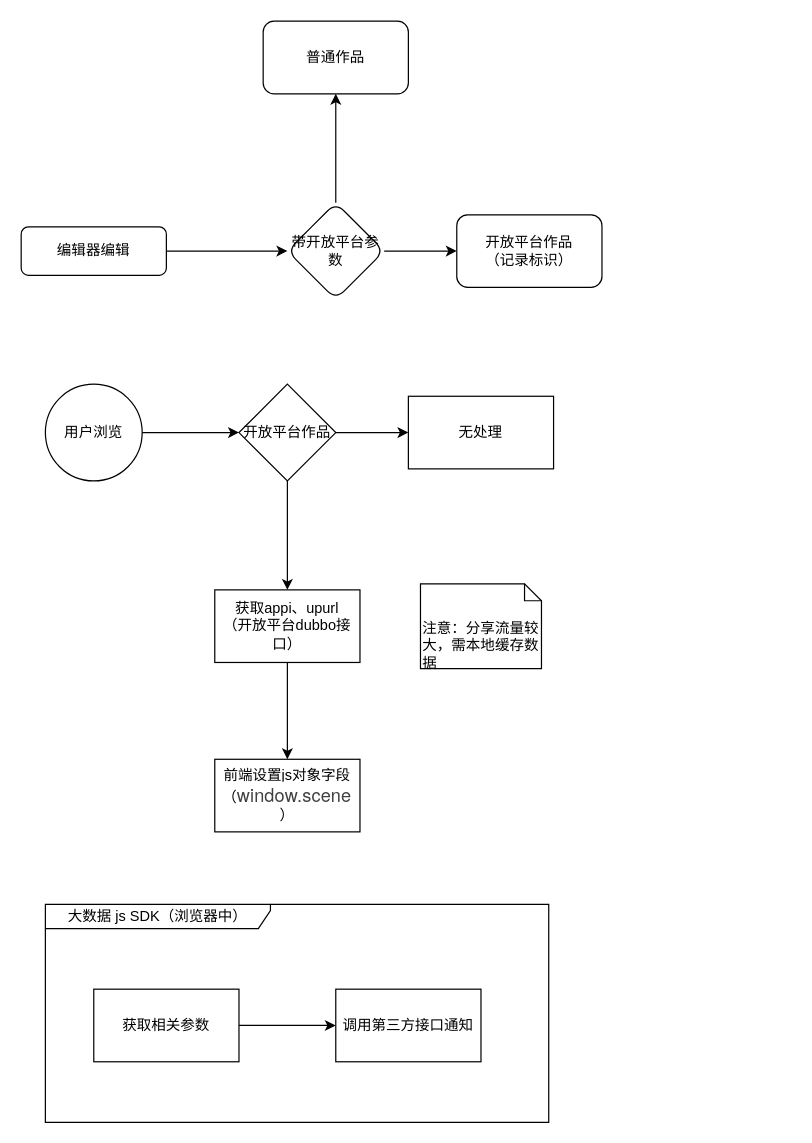
hesimin/drawio keeps this draw.io diagram as 开放平台买点.drawio. Above is the earlier version. Source tidied: cells renumbered, new cells numbered last; positions are measured from the earlier drawing's top-left corner, leaving out a move shared by most shapes. Both pictures are drawn from the tidied source at 121%, with x=0, y=0 at pixel (21, 21).
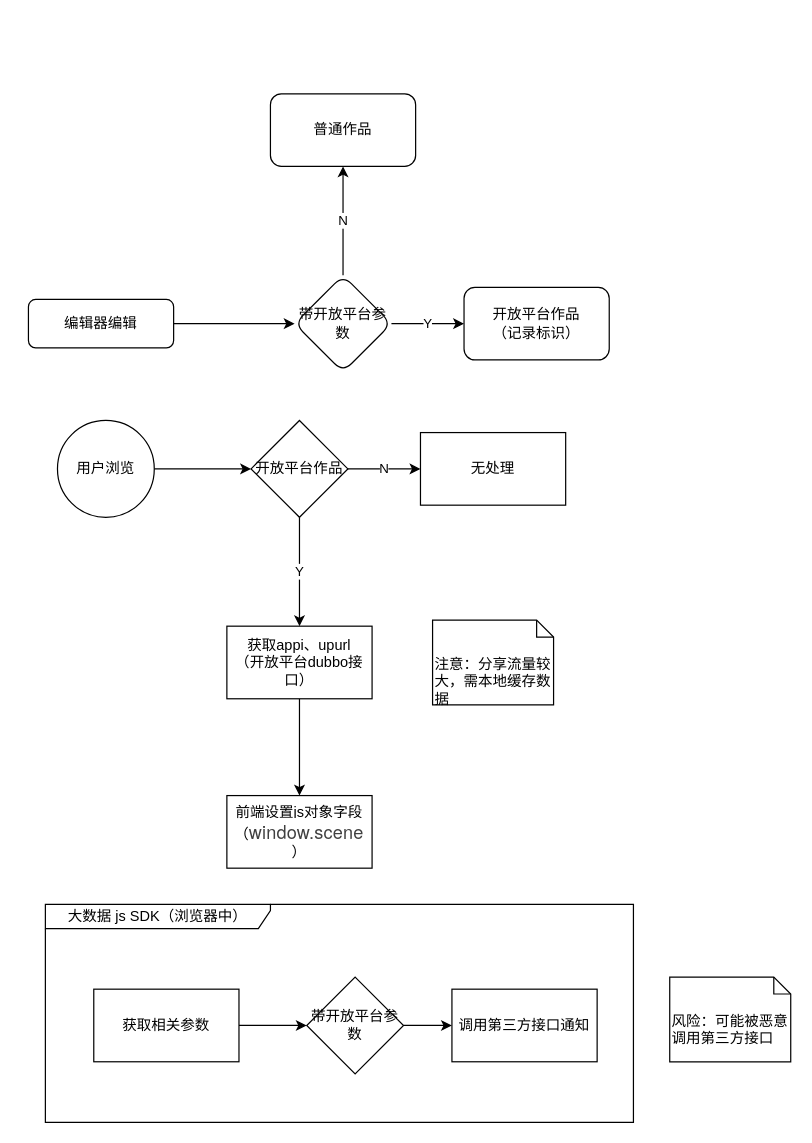
Above is the later version.

Commit message (it also covers changes not shown here):
更新开放平台买点.drawio

The change refers to these unchanged cells:
```xml
<mxCell id="15" value="获取相关参数" style="rounded=0;whiteSpace=wrap;html=1;" parent="1" vertex="1">
  <mxGeometry x="60" y="800" width="120" height="60" as="geometry" />
</mxCell>
```

What changed in the source:
```diff
@@
     <mxCell id="3" value="编辑器编辑" style="rounded=1;whiteSpace=wrap;html=1;fontSize=12;glass=0;strokeWidth=1;shadow=0;" parent="1" vertex="1">
-      <mxGeometry y="170" width="120" height="40" as="geometry" />
+      <mxGeometry x="6" y="230" width="120" height="40" as="geometry" />
     </mxCell>
@@
     <mxCell id="5" value="用户浏览" style="ellipse;whiteSpace=wrap;html=1;" parent="1" vertex="1">
-      <mxGeometry x="20" y="300" width="80" height="80" as="geometry" />
+      <mxGeometry x="30" y="330" width="80" height="80" as="geometry" />
     </mxCell>
-    <mxCell id="6" style="edgeStyle=orthogonalEdgeStyle;rounded=0;jettySize=auto;html=1;" parent="1" edge="1" source="8" target="9">
+    <mxCell id="6" value="N" style="edgeStyle=orthogonalEdgeStyle;rounded=0;jettySize=auto;html=1;" parent="1" edge="1" source="8" target="9">
       <mxGeometry relative="1" as="geometry" />
     </mxCell>
-    <mxCell id="7" style="edgeStyle=orthogonalEdgeStyle;rounded=0;jettySize=auto;html=1;" parent="1" edge="1" source="8" target="11">
+    <mxCell id="7" value="Y" style="edgeStyle=orthogonalEdgeStyle;rounded=0;jettySize=auto;html=1;" parent="1" edge="1" source="8" target="11">
       <mxGeometry relative="1" as="geometry" />
     </mxCell>
     <mxCell id="8" value="开放平台作品" style="rhombus;whiteSpace=wrap;html=1;" parent="1" vertex="1">
-      <mxGeometry x="180" y="300" width="80" height="80" as="geometry" />
+      <mxGeometry x="190" y="330" width="80" height="80" as="geometry" />
     </mxCell>
     <mxCell id="9" value="无处理" style="whiteSpace=wrap;html=1;" parent="1" vertex="1">
-      <mxGeometry x="320" y="310" width="120" height="60" as="geometry" />
+      <mxGeometry x="330" y="340" width="120" height="60" as="geometry" />
     </mxCell>
@@
     <mxCell id="11" value="获取appi、upurl&lt;br&gt;（开放平台dubbo接口）" style="whiteSpace=wrap;html=1;" parent="1" vertex="1">
-      <mxGeometry x="160" y="470" width="120" height="60" as="geometry" />
+      <mxGeometry x="170" y="500" width="120" height="60" as="geometry" />
     </mxCell>
     <mxCell id="12" value="前端设置js对象字段&lt;br&gt;（&lt;span style=&quot;color: rgb(64 , 64 , 64) ; font-family: &amp;#34;helvetica neue&amp;#34; , &amp;#34;helvetica&amp;#34; , &amp;#34;tahoma&amp;#34; , &amp;#34;arial&amp;#34; , &amp;#34;microsoft yahei&amp;#34; , &amp;#34;pingfang sc&amp;#34; , &amp;#34;hiragino sans gb&amp;#34; , &amp;#34;heiti sc&amp;#34; , &amp;#34;wenquanyi micro hei&amp;#34; , sans-serif ; font-size: 15px ; letter-spacing: 0.12px ; background-color: rgb(255 , 255 , 255)&quot;&gt;window.scene&lt;/span&gt;&lt;br&gt;）" style="whiteSpace=wrap;html=1;" parent="1" vertex="1">
-      <mxGeometry x="160" y="610" width="120" height="60" as="geometry" />
+      <mxGeometry x="170" y="640" width="120" height="60" as="geometry" />
     </mxCell>
     <mxCell id="13" value="大数据 js SDK（浏览器中）" style="shape=umlFrame;whiteSpace=wrap;html=1;width=186;height=20;" parent="1" vertex="1">
-      <mxGeometry x="20" y="730" width="416" height="180" as="geometry" />
+      <mxGeometry x="20" y="730" width="486" height="180" as="geometry" />
     </mxCell>
-    <mxCell id="14" style="edgeStyle=orthogonalEdgeStyle;rounded=0;jettySize=auto;html=1;" parent="1" edge="1" source="15" target="16">
-      <mxGeometry relative="1" as="geometry" />
-    </mxCell>
+    <mxCell id="23" style="edgeStyle=orthogonalEdgeStyle;rounded=0;jettySize=auto;html=1;" parent="1" edge="1" source="15" target="25">
+      <mxGeometry relative="1" as="geometry" />
+    </mxCell>
@@
     <mxCell id="16" value="调用第三方接口通知" style="whiteSpace=wrap;html=1;rounded=0;" parent="1" vertex="1">
-      <mxGeometry x="260" y="800" width="120" height="60" as="geometry" />
+      <mxGeometry x="356" y="800" width="120" height="60" as="geometry" />
     </mxCell>
-    <mxCell id="17" style="edgeStyle=orthogonalEdgeStyle;rounded=0;jettySize=auto;html=1;" parent="1" edge="1" source="19" target="20">
+    <mxCell id="17" value="Y" style="edgeStyle=orthogonalEdgeStyle;rounded=0;jettySize=auto;html=1;" parent="1" edge="1" source="19" target="20">
       <mxGeometry relative="1" as="geometry" />
     </mxCell>
-    <mxCell id="18" style="edgeStyle=orthogonalEdgeStyle;rounded=0;jettySize=auto;html=1;" parent="1" edge="1" source="19" target="21">
+    <mxCell id="18" value="N" style="edgeStyle=orthogonalEdgeStyle;rounded=0;jettySize=auto;html=1;" parent="1" edge="1" source="19" target="21">
       <mxGeometry relative="1" as="geometry" />
     </mxCell>
     <mxCell id="19" value="带开放平台参数" style="rhombus;whiteSpace=wrap;html=1;rounded=1;shadow=0;strokeWidth=1;glass=0;" parent="1" vertex="1">
-      <mxGeometry x="220" y="150" width="80" height="80" as="geometry" />
+      <mxGeometry x="226" y="210" width="80" height="80" as="geometry" />
     </mxCell>
     <mxCell id="20" value="开放平台作品&lt;br&gt;（记录标识）" style="whiteSpace=wrap;html=1;rounded=1;shadow=0;strokeWidth=1;glass=0;" parent="1" vertex="1">
-      <mxGeometry x="360" y="160" width="120" height="60" as="geometry" />
+      <mxGeometry x="366" y="220" width="120" height="60" as="geometry" />
     </mxCell>
     <mxCell id="21" value="普通作品" style="whiteSpace=wrap;html=1;rounded=1;shadow=0;strokeWidth=1;glass=0;" parent="1" vertex="1">
-      <mxGeometry x="200" width="120" height="60" as="geometry" />
+      <mxGeometry x="206" y="60" width="120" height="60" as="geometry" />
     </mxCell>
     <mxCell id="22" value="&lt;br&gt;&lt;br&gt;注意：分享流量较大，需本地缓存数据" style="shape=note;whiteSpace=wrap;html=1;size=14;verticalAlign=top;align=left;spacingTop=-6;" parent="1" vertex="1">
-      <mxGeometry x="330" y="465" width="100" height="70" as="geometry" />
+      <mxGeometry x="340" y="495" width="100" height="70" as="geometry" />
     </mxCell>
+    <mxCell id="24" style="edgeStyle=orthogonalEdgeStyle;rounded=0;jettySize=auto;html=1;exitX=1;exitY=0.5;exitDx=0;exitDy=0;" parent="1" edge="1" source="25" target="16">
+      <mxGeometry relative="1" as="geometry" />
+    </mxCell>
+    <mxCell id="25" value="带开放平台参数" style="rhombus;whiteSpace=wrap;html=1;rounded=0;" parent="1" vertex="1">
+      <mxGeometry x="236" y="790" width="80" height="80" as="geometry" />
+    </mxCell>
+    <mxCell id="26" value="&lt;br&gt;&lt;br&gt;风险：可能被恶意调用第三方接口" style="shape=note;whiteSpace=wrap;html=1;size=14;verticalAlign=top;align=left;spacingTop=-6;" parent="1" vertex="1">
+      <mxGeometry x="536" y="790" width="100" height="70" as="geometry" />
+    </mxCell>
```
